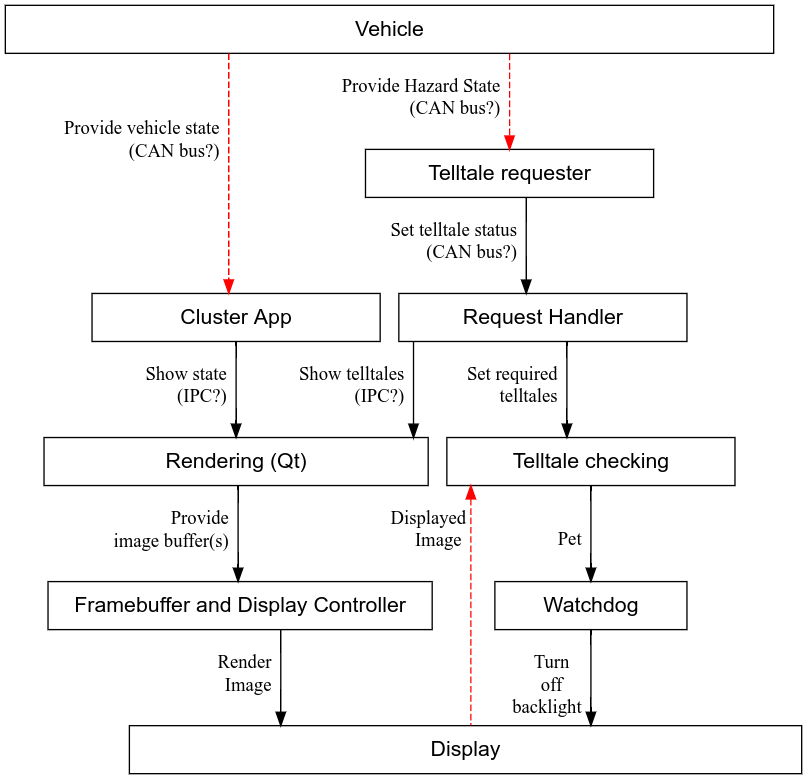
elisa-tech/wg-automotive keeps this Graphviz diagram as Cluster_Display_Use_Case_v2/stpa/cluster-control-structure.dot.png. Above is the earlier version. Its source is kept beside it as Cluster_Display_Use_Case_v2/stpa/cluster-control-structure.dot.
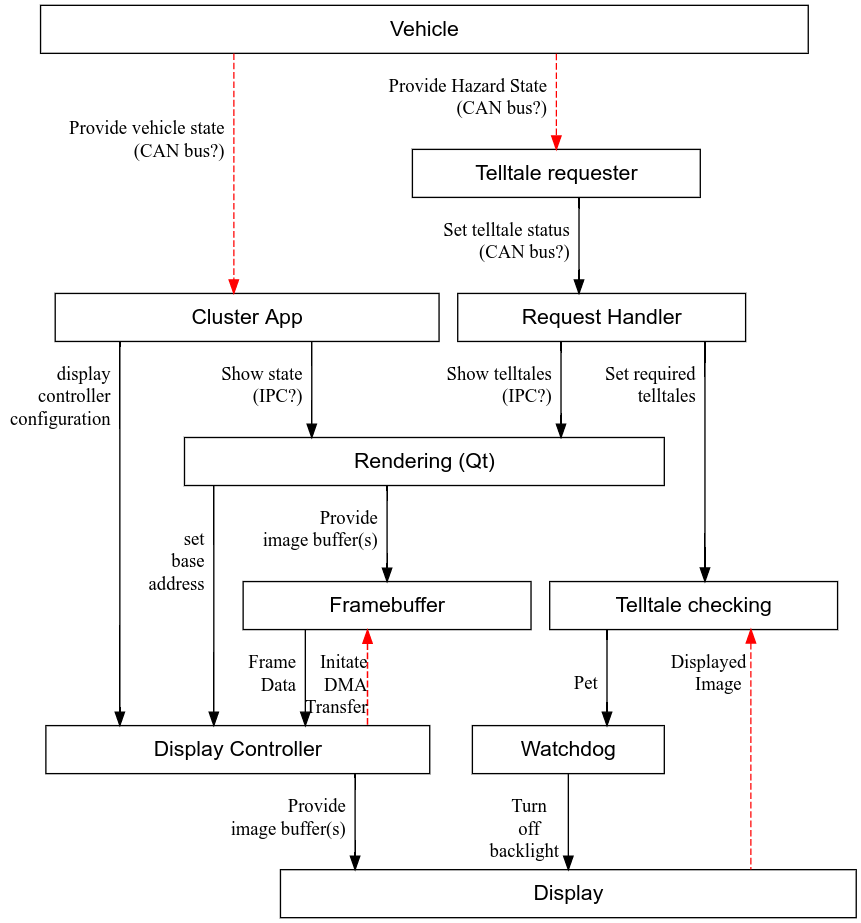
After the commit.

Commit message:
More updates from John MacGregor

* Separate frame buffer and display controller

What changed in the source:
```diff
@@ -4,12 +4,13 @@
 graph [splines=ortho ranksep=1 nodesep=0.2 fontname=arial fontsize=16 compound=true]
 
 vehicle [label="Vehicle" width=8]
-cluster [label="Cluster App" width=3]
+cluster [label="Cluster App" width=4]
 requester [label="Telltale requester" width=3]
 handler [label="Request Handler" width=3]
-render [label="Rendering (Qt)" width=4]
-display [label="Display" width=7]
-framebuffer [label="Framebuffer and Display Controller" width=4]
+render [label="Rendering (Qt)" width=5]
+dControl [label="Display Controller" width=4]
+framebuffer [label="Framebuffer" width=3]
+display [label="Display" width=6]
 check [label="Telltale checking" width=3]
 watchdog [label="Watchdog" width=2]
 
@@ -17,11 +18,15 @@
 vehicle -> requester [taillabel="\rProvide Hazard State  \r(CAN bus?)  \r" style=dashed color=red]
 requester -> handler [taillabel="\rSet telltale status  \r(CAN bus?)  \r"]
 cluster -> render [taillabel="\rShow state  \r(IPC?)  \r" weight=2]
+cluster ->  dControl [taillabel="\r display  \rcontroller  \r configuration  \r" weight=2]
 handler -> check [taillabel="\r  Set required  \r telltales  \r"]
 handler -> render [taillabel="\rShow telltales  \r(IPC?)  \r"]
+dControl -> display [taillabel="\rProvide  \rimage buffer(s)  \r"]
 render -> framebuffer [taillabel="\rProvide  \rimage buffer(s)  \r"]
 check -> display [dir=back taillabel="\r Displayed \nImage  \r" style=dashed color=red]
 check -> watchdog [taillabel="\r\rPet  \r"]
 watchdog -> display [taillabel="\rTurn\noff\nbacklight  \r"]
-framebuffer -> display [taillabel="\rRender  \r Image  \r"]
+framebuffer -> dControl [dir=back taillabel="\r Initate \rDMA \r Transfer \r" style=dashed color=red]
+framebuffer -> dControl [taillabel="\r Frame  \r  Data  \r"]
+render -> dControl [taillabel="\r\r  set  \r base  \raddress  \r"]
 }
```
